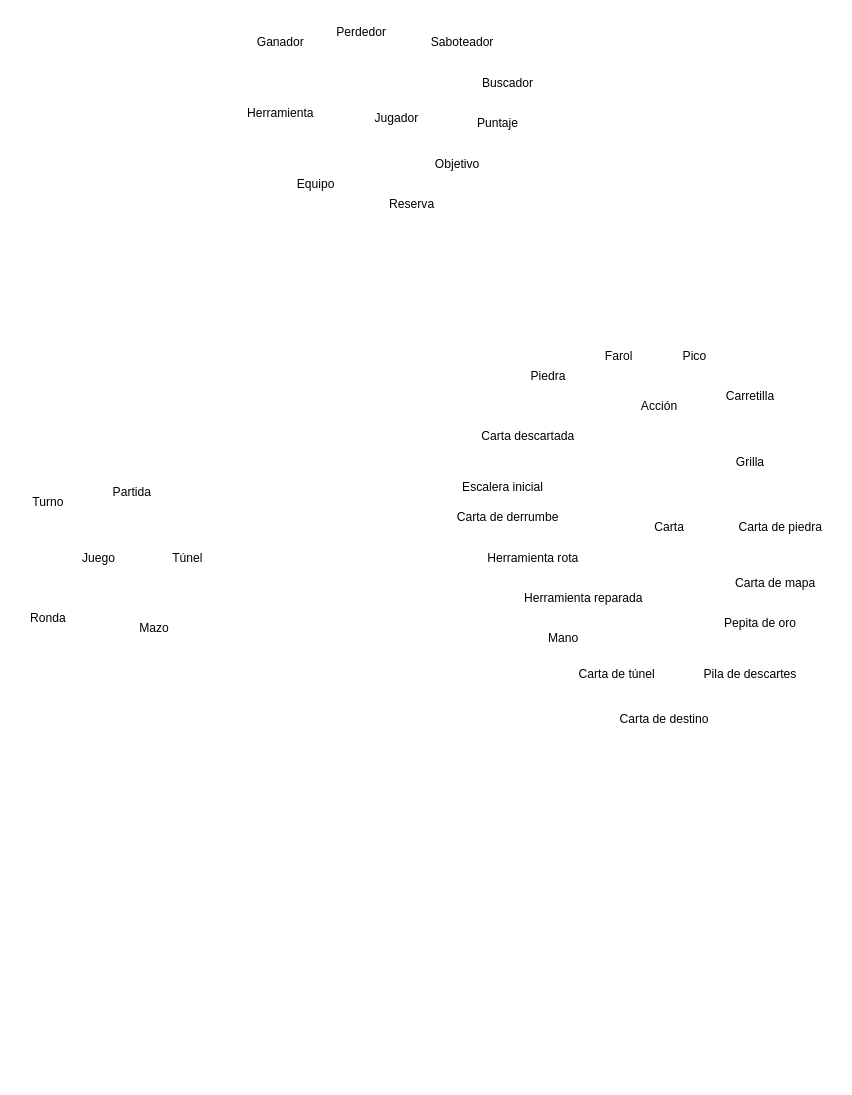
The draw.io diagram page "Sustantivos" (1 of 2) of Saboteur-UML.drawio in exe-quiel/saboteur-unlu-poo, before the edit. Source tidied: cells renumbered, new cells numbered last; positions are measured from the earlier drawing's top-left corner, leaving out a move shared by most shapes. Both pictures are drawn from the tidied source at 101%, with x=0, y=0 at pixel (17, 17).
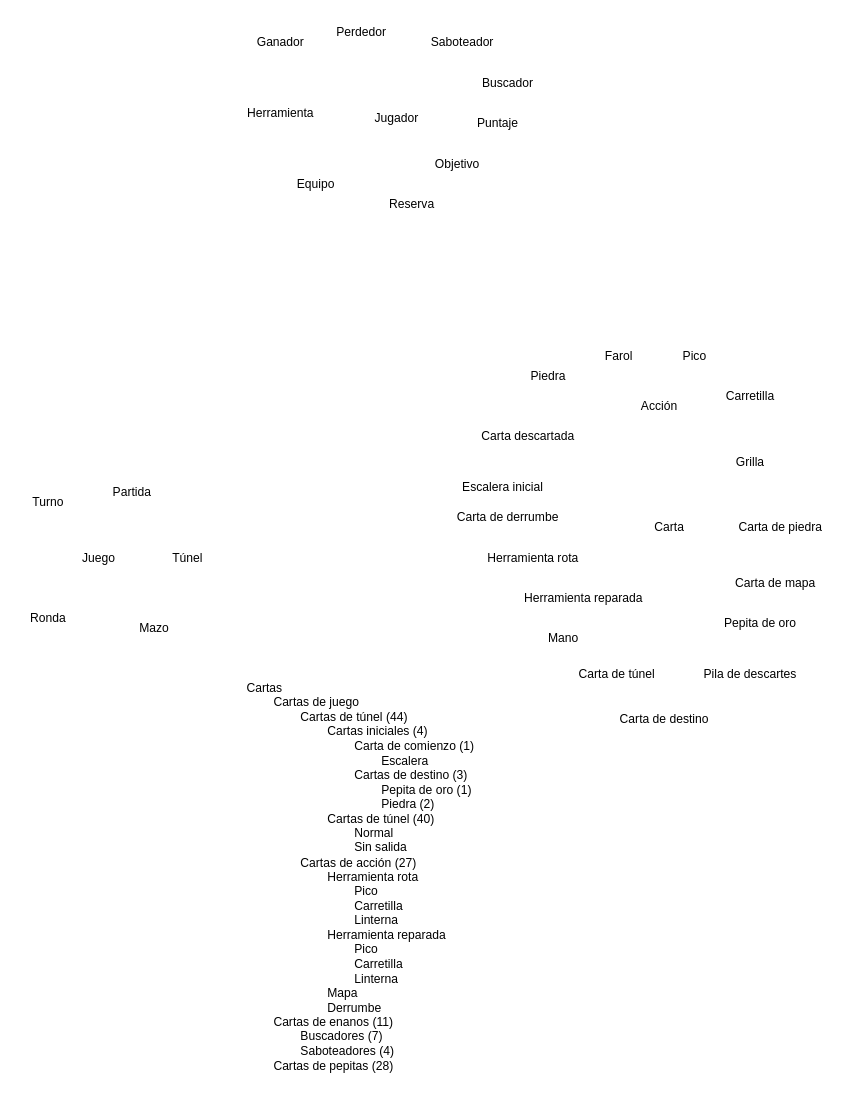
Above is the later version.

The edit, as a diff of the source:
```diff
@@
+    <mxCell id="37" value="Cartas&lt;br&gt;&lt;span style=&quot;white-space: pre;&quot;&gt;&#9;&lt;/span&gt;Cartas de juego&lt;br&gt;&lt;span style=&quot;white-space: pre;&quot;&gt;&#9;&lt;/span&gt;&lt;span style=&quot;white-space: pre;&quot;&gt;&#9;&lt;/span&gt;Cartas de túnel (44)&lt;br&gt;&lt;span style=&quot;white-space: pre;&quot;&gt;&#9;&lt;/span&gt;&lt;span style=&quot;white-space: pre;&quot;&gt;&#9;&lt;/span&gt;&lt;span style=&quot;white-space: pre;&quot;&gt;&#9;&lt;/span&gt;Cartas iniciales (4)&lt;br&gt;&lt;span style=&quot;white-space: pre;&quot;&gt;&#9;&lt;/span&gt;&lt;span style=&quot;white-space: pre;&quot;&gt;&#9;&lt;/span&gt;&lt;span style=&quot;white-space: pre;&quot;&gt;&#9;&lt;/span&gt;&lt;span style=&quot;white-space: pre;&quot;&gt;&#9;&lt;/span&gt;Carta de comienzo (1)&lt;br&gt;&lt;span style=&quot;white-space: pre;&quot;&gt;&#9;&lt;/span&gt;&lt;span style=&quot;white-space: pre;&quot;&gt;&#9;&lt;/span&gt;&lt;span style=&quot;white-space: pre;&quot;&gt;&#9;&lt;/span&gt;&lt;span style=&quot;white-space: pre;&quot;&gt;&#9;&lt;/span&gt;&lt;span style=&quot;white-space: pre;&quot;&gt;&#9;&lt;/span&gt;Escalera&lt;br&gt;&lt;span style=&quot;white-space: pre;&quot;&gt;&#9;&lt;/span&gt;&lt;span style=&quot;white-space: pre;&quot;&gt;&#9;&lt;/span&gt;&lt;span style=&quot;white-space: pre;&quot;&gt;&#9;&lt;/span&gt;&lt;span style=&quot;white-space: pre;&quot;&gt;&#9;&lt;/span&gt;Cartas de destino (3)&lt;br&gt;&lt;span style=&quot;background-color: initial;&quot;&gt;&lt;span style=&quot;white-space: pre;&quot;&gt;&#9;&lt;/span&gt;&lt;span style=&quot;white-space: pre;&quot;&gt;&#9;&lt;/span&gt;&lt;span style=&quot;white-space: pre;&quot;&gt;&#9;&lt;/span&gt;&lt;span style=&quot;white-space: pre;&quot;&gt;&#9;&lt;/span&gt;&lt;span style=&quot;white-space: pre;&quot;&gt;&#9;&lt;/span&gt;Pepita de oro (1)&lt;br&gt;&lt;/span&gt;&lt;span style=&quot;background-color: initial;&quot;&gt;&lt;span style=&quot;white-space: pre;&quot;&gt;&#9;&lt;/span&gt;&lt;span style=&quot;white-space: pre;&quot;&gt;&#9;&lt;/span&gt;&lt;span style=&quot;white-space: pre;&quot;&gt;&#9;&lt;/span&gt;&lt;span style=&quot;white-space: pre;&quot;&gt;&#9;&lt;/span&gt;&lt;span style=&quot;white-space: pre;&quot;&gt;&#9;&lt;/span&gt;Piedra (2)&lt;/span&gt;&lt;span style=&quot;background-color: initial;&quot;&gt;&lt;br&gt;&lt;/span&gt;&lt;span style=&quot;white-space: pre;&quot;&gt;&#9;&lt;/span&gt;&lt;span style=&quot;white-space: pre;&quot;&gt;&#9;&lt;/span&gt;&lt;span style=&quot;white-space: pre;&quot;&gt;&#9;&lt;/span&gt;Cartas de túnel (40)&lt;br&gt;&lt;span style=&quot;white-space: pre;&quot;&gt;&#9;&lt;/span&gt;&lt;span style=&quot;white-space: pre;&quot;&gt;&#9;&lt;/span&gt;&lt;span style=&quot;white-space: pre;&quot;&gt;&#9;&lt;/span&gt;&lt;span style=&quot;white-space: pre;&quot;&gt;&#9;&lt;/span&gt;Normal&lt;br&gt;&lt;span style=&quot;white-space: pre;&quot;&gt;&#9;&lt;/span&gt;&lt;span style=&quot;white-space: pre;&quot;&gt;&#9;&lt;/span&gt;&lt;span style=&quot;white-space: pre;&quot;&gt;&#9;&lt;/span&gt;&lt;span style=&quot;white-space: pre;&quot;&gt;&#9;&lt;/span&gt;Sin salida&lt;br&gt;&lt;span style=&quot;background-color: initial;&quot;&gt;&lt;span style=&quot;white-space: pre;&quot;&gt;&#9;&lt;/span&gt;&lt;span style=&quot;white-space: pre;&quot;&gt;&#9;&lt;/span&gt;Cartas de acción (27)&lt;br&gt;&lt;/span&gt;&lt;span style=&quot;background-color: initial;&quot;&gt;&lt;span style=&quot;white-space: pre;&quot;&gt;&#9;&lt;/span&gt;&lt;span style=&quot;white-space: pre;&quot;&gt;&#9;&lt;span style=&quot;white-space: pre;&quot;&gt;&#9;&lt;/span&gt;&lt;/span&gt;Herramienta rota&lt;br&gt;&lt;/span&gt;&lt;span style=&quot;background-color: initial;&quot;&gt;&lt;span style=&quot;white-space: pre;&quot;&gt;&#9;&lt;/span&gt;&lt;span style=&quot;white-space: pre;&quot;&gt;&#9;&lt;/span&gt;&lt;span style=&quot;white-space: pre;&quot;&gt;&#9;&lt;/span&gt;&lt;span style=&quot;white-space: pre;&quot;&gt;&#9;&lt;/span&gt;Pico&lt;br&gt;&lt;/span&gt;&lt;span style=&quot;background-color: initial;&quot;&gt;&lt;span style=&quot;white-space: pre;&quot;&gt;&#9;&lt;/span&gt;&lt;span style=&quot;white-space: pre;&quot;&gt;&#9;&lt;/span&gt;&lt;span style=&quot;white-space: pre;&quot;&gt;&#9;&lt;/span&gt;&lt;span style=&quot;white-space: pre;&quot;&gt;&#9;&lt;/span&gt;Carretilla&lt;br&gt;&lt;/span&gt;&lt;span style=&quot;background-color: initial;&quot;&gt;&lt;span style=&quot;white-space: pre;&quot;&gt;&#9;&lt;/span&gt;&lt;span style=&quot;white-space: pre;&quot;&gt;&#9;&lt;/span&gt;&lt;span style=&quot;white-space: pre;&quot;&gt;&#9;&lt;/span&gt;&lt;span style=&quot;white-space: pre;&quot;&gt;&#9;&lt;/span&gt;Linterna&lt;br&gt;&lt;/span&gt;&lt;span style=&quot;background-color: initial;&quot;&gt;&lt;span style=&quot;white-space: pre;&quot;&gt;&#9;&lt;/span&gt;&lt;span style=&quot;white-space: pre;&quot;&gt;&#9;&lt;/span&gt;&lt;span style=&quot;white-space: pre;&quot;&gt;&#9;&lt;/span&gt;Herramienta reparada&lt;br&gt;&lt;/span&gt;&lt;span style=&quot;background-color: initial;&quot;&gt;&lt;span style=&quot;white-space: pre;&quot;&gt;&#9;&lt;/span&gt;&lt;span style=&quot;white-space: pre;&quot;&gt;&#9;&lt;/span&gt;&lt;span style=&quot;white-space: pre;&quot;&gt;&#9;&lt;/span&gt;&lt;span style=&quot;white-space: pre;&quot;&gt;&#9;&lt;/span&gt;Pico&lt;br&gt;&lt;/span&gt;&lt;span style=&quot;background-color: initial;&quot;&gt;&lt;span style=&quot;white-space: pre;&quot;&gt;&#9;&lt;/span&gt;&lt;span style=&quot;white-space: pre;&quot;&gt;&#9;&lt;/span&gt;&lt;span style=&quot;white-space: pre;&quot;&gt;&#9;&lt;/span&gt;&lt;span style=&quot;white-space: pre;&quot;&gt;&#9;&lt;/span&gt;Carretilla&lt;br&gt;&lt;/span&gt;&lt;span style=&quot;background-color: initial; white-space: pre;&quot;&gt;&lt;span style=&quot;white-space: pre;&quot;&gt;&#9;&lt;/span&gt;&lt;span style=&quot;white-space: pre;&quot;&gt;&#9;&lt;/span&gt;&lt;span style=&quot;white-space: pre;&quot;&gt;&#9;&lt;/span&gt;&lt;span style=&quot;white-space: pre;&quot;&gt;&#9;&lt;/span&gt;L&lt;/span&gt;&lt;span style=&quot;background-color: initial;&quot;&gt;interna&lt;br&gt;&lt;/span&gt;&lt;span style=&quot;background-color: initial;&quot;&gt;&lt;span style=&quot;white-space: pre;&quot;&gt;&#9;&lt;/span&gt;&lt;span style=&quot;white-space: pre;&quot;&gt;&#9;&lt;/span&gt;&lt;span style=&quot;white-space: pre;&quot;&gt;&#9;&lt;/span&gt;Mapa&lt;br&gt;&lt;/span&gt;&lt;span style=&quot;background-color: initial;&quot;&gt;&lt;span style=&quot;white-space: pre;&quot;&gt;&#9;&lt;/span&gt;&lt;span style=&quot;white-space: pre;&quot;&gt;&#9;&lt;/span&gt;&lt;span style=&quot;white-space: pre;&quot;&gt;&#9;&lt;/span&gt;Derrumbe&lt;br&gt;&lt;/span&gt;&lt;span style=&quot;white-space: pre;&quot;&gt;&#9;&lt;/span&gt;Cartas de enanos (11)&lt;br&gt;&lt;span style=&quot;white-space: pre;&quot;&gt;&#9;&lt;/span&gt;&lt;span style=&quot;white-space: pre;&quot;&gt;&#9;&lt;/span&gt;Buscadores (7)&lt;br&gt;&lt;span style=&quot;white-space: pre;&quot;&gt;&#9;&lt;/span&gt;&lt;span style=&quot;white-space: pre;&quot;&gt;&#9;&lt;/span&gt;Saboteadores (4)&lt;br&gt;&lt;span style=&quot;white-space: pre;&quot;&gt;&#9;&lt;/span&gt;Cartas de pepitas (28)" style="text;html=1;align=left;verticalAlign=top;strokeColor=none;fillColor=none;" parent="1" vertex="1">
+      <mxGeometry x="225" y="650" width="240" height="400" as="geometry" />
+    </mxCell>
```
